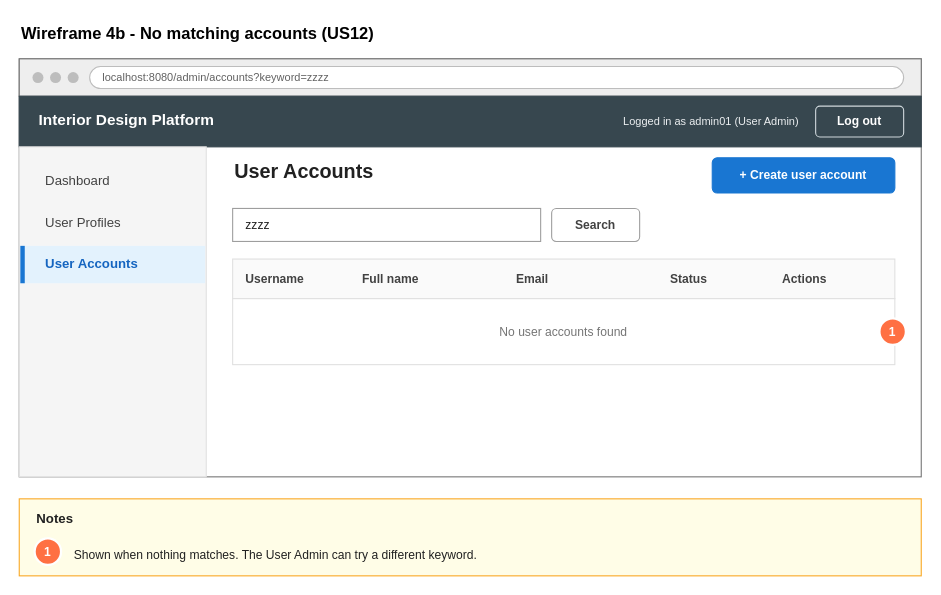
Hanzxc/CSIT314-ARCHSS keeps this draw.io diagram as page "4b Wireframe - No results" (3 of 5) of Sprint_1/US12 - Search User Account/US12 Search user account.drawio. Above is the earlier version. Source tidied: cells renumbered, new cells numbered last; positions are measured from the earlier drawing's top-left corner, leaving out a move shared by most shapes. Both pictures are drawn from the tidied source at 110%, with x=0, y=0 at pixel (19, 19).
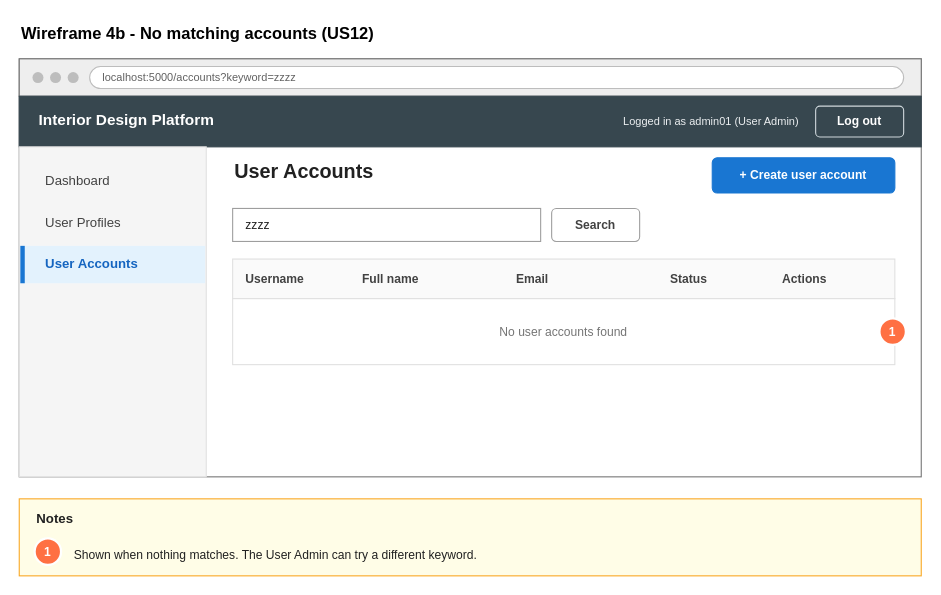
Above is the later version.

What changed in the source:
```diff
@@
-    <mxCell id="8" value="localhost:8080/admin/accounts?keyword=zzzz" style="rounded=1;whiteSpace=wrap;html=1;fillColor=#FFFFFF;strokeColor=#BDBDBD;fontSize=10;fontColor=#616161;align=left;spacingLeft=10;arcSize=50;" parent="1" vertex="1">
+    <mxCell id="8" value="localhost:5000/accounts?keyword=zzzz" style="rounded=1;whiteSpace=wrap;html=1;fillColor=#FFFFFF;strokeColor=#BDBDBD;fontSize=10;fontColor=#616161;align=left;spacingLeft=10;arcSize=50;" parent="1" vertex="1">
       <mxGeometry x="64" y="43" width="740" height="20" as="geometry" />
     </mxCell>
```
